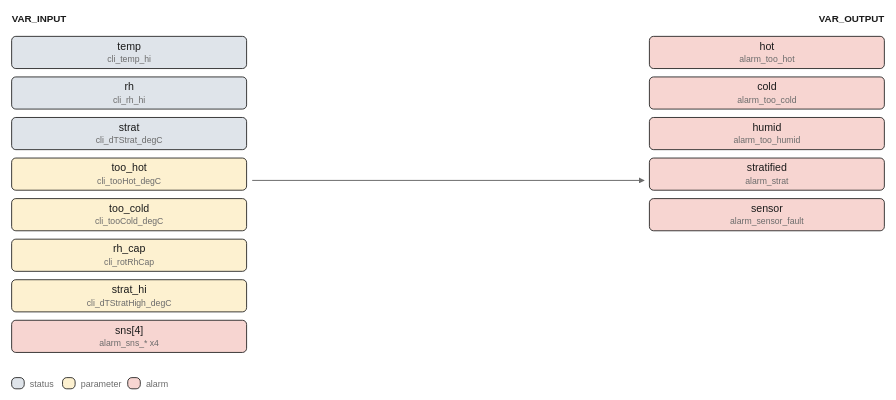
pstch/botanik2 keeps this draw.io diagram as images/logic/climate_watch.drawio.svg. Above is the earlier version. Source tidied: cells renumbered, new cells last; positions are measured from the earlier drawing's top-left corner, leaving out a move shared by most shapes.
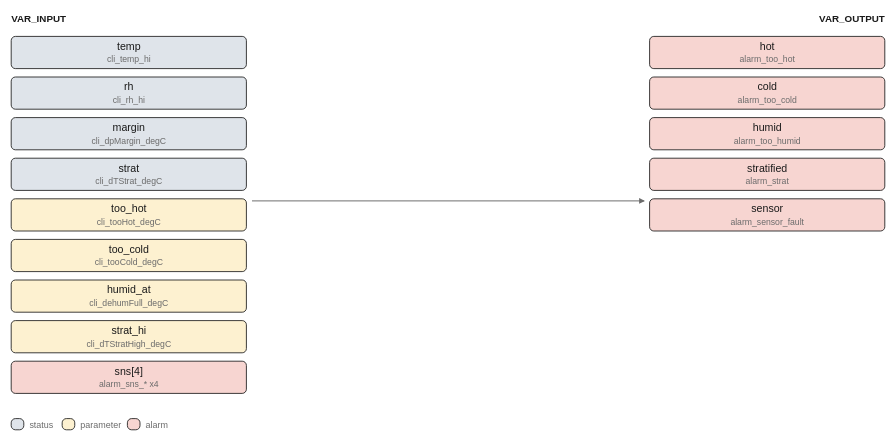
After the change.

Diff of the diagram source:
```diff
@@ -14,62 +14,65 @@
     <mxCell id="5" value="rh" style="rounded=1;fillColor=#dfe4ea;strokeColor=#1a1a1a;whiteSpace=wrap;html=1;fontSize=8;" parent="1" vertex="1">
       <mxGeometry y="46" width="168" height="23" as="geometry" />
     </mxCell>
-    <mxCell id="6" value="strat" style="rounded=1;fillColor=#dfe4ea;strokeColor=#1a1a1a;whiteSpace=wrap;html=1;fontSize=8;" parent="1" vertex="1">
+    <mxCell id="6" value="margin" style="rounded=1;fillColor=#dfe4ea;strokeColor=#1a1a1a;whiteSpace=wrap;html=1;fontSize=8;" parent="1" vertex="1">
       <mxGeometry y="75" width="168" height="23" as="geometry" />
     </mxCell>
-    <mxCell id="7" value="too_hot" style="rounded=1;fillColor=#fdf1d0;strokeColor=#1a1a1a;whiteSpace=wrap;html=1;fontSize=8;" parent="1" vertex="1">
+    <mxCell id="7" value="strat" style="rounded=1;fillColor=#dfe4ea;strokeColor=#1a1a1a;whiteSpace=wrap;html=1;fontSize=8;" parent="1" vertex="1">
       <mxGeometry y="104" width="168" height="23" as="geometry" />
     </mxCell>
-    <mxCell id="8" value="too_cold" style="rounded=1;fillColor=#fdf1d0;strokeColor=#1a1a1a;whiteSpace=wrap;html=1;fontSize=8;" parent="1" vertex="1">
+    <mxCell id="8" value="too_hot" style="rounded=1;fillColor=#fdf1d0;strokeColor=#1a1a1a;whiteSpace=wrap;html=1;fontSize=8;" parent="1" vertex="1">
       <mxGeometry y="133" width="168" height="23" as="geometry" />
     </mxCell>
-    <mxCell id="9" value="rh_cap" style="rounded=1;fillColor=#fdf1d0;strokeColor=#1a1a1a;whiteSpace=wrap;html=1;fontSize=8;" parent="1" vertex="1">
+    <mxCell id="9" value="too_cold" style="rounded=1;fillColor=#fdf1d0;strokeColor=#1a1a1a;whiteSpace=wrap;html=1;fontSize=8;" parent="1" vertex="1">
       <mxGeometry y="162" width="168" height="23" as="geometry" />
     </mxCell>
-    <mxCell id="10" value="strat_hi" style="rounded=1;fillColor=#fdf1d0;strokeColor=#1a1a1a;whiteSpace=wrap;html=1;fontSize=8;" parent="1" vertex="1">
+    <mxCell id="10" value="humid_at" style="rounded=1;fillColor=#fdf1d0;strokeColor=#1a1a1a;whiteSpace=wrap;html=1;fontSize=8;" parent="1" vertex="1">
       <mxGeometry y="191" width="168" height="23" as="geometry" />
     </mxCell>
-    <mxCell id="11" value="sns[4]" style="rounded=1;fillColor=#f7d5d1;strokeColor=#1a1a1a;whiteSpace=wrap;html=1;fontSize=8;" parent="1" vertex="1">
+    <mxCell id="11" value="strat_hi" style="rounded=1;fillColor=#fdf1d0;strokeColor=#1a1a1a;whiteSpace=wrap;html=1;fontSize=8;" parent="1" vertex="1">
       <mxGeometry y="220" width="168" height="23" as="geometry" />
     </mxCell>
-    <mxCell id="12" value="hot" style="rounded=1;fillColor=#f7d5d1;strokeColor=#1a1a1a;whiteSpace=wrap;html=1;fontSize=8;" parent="1" vertex="1">
-      <mxGeometry x="456" y="17" width="168" height="23" as="geometry" />
+    <mxCell id="12" value="sns[4]" style="rounded=1;fillColor=#f7d5d1;strokeColor=#1a1a1a;whiteSpace=wrap;html=1;fontSize=8;" parent="1" vertex="1">
+      <mxGeometry y="249" width="168" height="23" as="geometry" />
     </mxCell>
-    <mxCell id="13" value="cold" style="rounded=1;fillColor=#f7d5d1;strokeColor=#1a1a1a;whiteSpace=wrap;html=1;fontSize=8;" parent="1" vertex="1">
-      <mxGeometry x="456" y="46" width="168" height="23" as="geometry" />
+    <mxCell id="13" value="hot" style="rounded=1;fillColor=#f7d5d1;strokeColor=#1a1a1a;whiteSpace=wrap;html=1;fontSize=8;" parent="1" vertex="1">
+      <mxGeometry x="456" y="17" width="168" height="23" as="geometry" />
     </mxCell>
-    <mxCell id="14" value="humid" style="rounded=1;fillColor=#f7d5d1;strokeColor=#1a1a1a;whiteSpace=wrap;html=1;fontSize=8;" parent="1" vertex="1">
-      <mxGeometry x="456" y="75" width="168" height="23" as="geometry" />
+    <mxCell id="14" value="cold" style="rounded=1;fillColor=#f7d5d1;strokeColor=#1a1a1a;whiteSpace=wrap;html=1;fontSize=8;" parent="1" vertex="1">
+      <mxGeometry x="456" y="46" width="168" height="23" as="geometry" />
     </mxCell>
-    <mxCell id="15" value="stratified" style="rounded=1;fillColor=#f7d5d1;strokeColor=#1a1a1a;whiteSpace=wrap;html=1;fontSize=8;" parent="1" vertex="1">
-      <mxGeometry x="456" y="104" width="168" height="23" as="geometry" />
+    <mxCell id="15" value="humid" style="rounded=1;fillColor=#f7d5d1;strokeColor=#1a1a1a;whiteSpace=wrap;html=1;fontSize=8;" parent="1" vertex="1">
+      <mxGeometry x="456" y="75" width="168" height="23" as="geometry" />
     </mxCell>
-    <mxCell id="16" value="sensor" style="rounded=1;fillColor=#f7d5d1;strokeColor=#1a1a1a;whiteSpace=wrap;html=1;fontSize=8;" parent="1" vertex="1">
-      <mxGeometry x="456" y="133" width="168" height="23" as="geometry" />
+    <mxCell id="16" value="stratified" style="rounded=1;fillColor=#f7d5d1;strokeColor=#1a1a1a;whiteSpace=wrap;html=1;fontSize=8;" parent="1" vertex="1">
+      <mxGeometry x="456" y="104" width="168" height="23" as="geometry" />
     </mxCell>
-    <mxCell id="17" style="edgeStyle=none;html=1;strokeColor=#6b6b6b;endArrow=block;" parent="1" edge="1">
-      <mxGeometry relative="1" as="geometry">
-        <mxPoint x="172" y="120" as="sourcePoint" />
-        <mxPoint x="452" y="120" as="targetPoint" />
-      </mxGeometry>
-    </mxCell>
-    <mxCell id="18" style="rounded=1;fillColor=#dfe4ea;strokeColor=#1a1a1a;whiteSpace=wrap;html=1;fontSize=8;" parent="1" vertex="1">
-      <mxGeometry y="261" width="9" height="8" as="geometry" />
-    </mxCell>
+    <mxCell id="24" value="sensor" style="rounded=1;fillColor=#f7d5d1;strokeColor=#1a1a1a;whiteSpace=wrap;html=1;fontSize=8;" parent="1" vertex="1">
+      <mxGeometry x="456" y="133" width="168" height="23" as="geometry" />
+    </mxCell>
+    <mxCell id="25" style="edgeStyle=none;html=1;strokeColor=#6b6b6b;endArrow=block;" parent="1" edge="1">
+      <mxGeometry relative="1" as="geometry">
+        <mxPoint x="172" y="134.5" as="sourcePoint" />
+        <mxPoint x="452" y="134.5" as="targetPoint" />
+      </mxGeometry>
+    </mxCell>
-    <mxCell id="19" value="status" style="text;html=1;fontSize=6;fontColor=#6b6b6b;align=left;" parent="1" vertex="1">
-      <mxGeometry x="13" y="261.6" width="40" height="10.4" as="geometry" />
+    <mxCell id="19" style="rounded=1;fillColor=#dfe4ea;strokeColor=#1a1a1a;whiteSpace=wrap;html=1;fontSize=8;" parent="1" vertex="1">
+      <mxGeometry y="290" width="9" height="8" as="geometry" />
     </mxCell>
-    <mxCell id="20" style="rounded=1;fillColor=#fdf1d0;strokeColor=#1a1a1a;whiteSpace=wrap;html=1;fontSize=8;" parent="1" vertex="1">
-      <mxGeometry x="36.4" y="261" width="9" height="8" as="geometry" />
+    <mxCell id="20" value="status" style="text;html=1;fontSize=6;fontColor=#6b6b6b;align=left;" parent="1" vertex="1">
+      <mxGeometry x="13" y="290.6" width="40" height="10.4" as="geometry" />
     </mxCell>
-    <mxCell id="21" value="parameter" style="text;html=1;fontSize=6;fontColor=#6b6b6b;align=left;" parent="1" vertex="1">
-      <mxGeometry x="49.4" y="261.6" width="45" height="10.4" as="geometry" />
+    <mxCell id="21" style="rounded=1;fillColor=#fdf1d0;strokeColor=#1a1a1a;whiteSpace=wrap;html=1;fontSize=8;" parent="1" vertex="1">
+      <mxGeometry x="36.4" y="290" width="9" height="8" as="geometry" />
     </mxCell>
-    <mxCell id="22" style="rounded=1;fillColor=#f7d5d1;strokeColor=#1a1a1a;whiteSpace=wrap;html=1;fontSize=8;" parent="1" vertex="1">
-      <mxGeometry x="83" y="261" width="9" height="8" as="geometry" />
+    <mxCell id="22" value="parameter" style="text;html=1;fontSize=6;fontColor=#6b6b6b;align=left;" parent="1" vertex="1">
+      <mxGeometry x="49.4" y="290.6" width="45" height="10.4" as="geometry" />
     </mxCell>
-    <mxCell id="23" value="alarm" style="text;html=1;fontSize=6;fontColor=#6b6b6b;align=left;" parent="1" vertex="1">
-      <mxGeometry x="96" y="261.6" width="40" height="10.4" as="geometry" />
+    <mxCell id="23" style="rounded=1;fillColor=#f7d5d1;strokeColor=#1a1a1a;whiteSpace=wrap;html=1;fontSize=8;" parent="1" vertex="1">
+      <mxGeometry x="83" y="290" width="9" height="8" as="geometry" />
     </mxCell>
+    <mxCell id="26" value="alarm" style="text;html=1;fontSize=6;fontColor=#6b6b6b;align=left;" parent="1" vertex="1">
+      <mxGeometry x="96" y="290.6" width="40" height="10.4" as="geometry" />
+    </mxCell>
   </root>
 </mxGraphModel>
```
